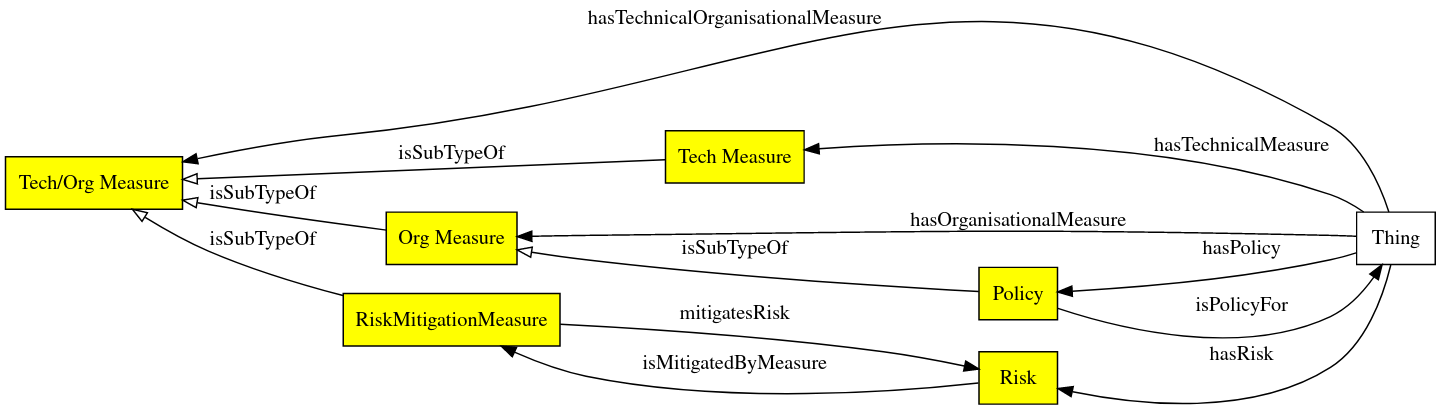
w3c/dpv keeps this Graphviz diagram as primer/img/TechnicalOrganisationalMeasure.png. Above is the earlier version. Its source is kept beside it as primer/img/TechnicalOrganisationalMeasure.dot.
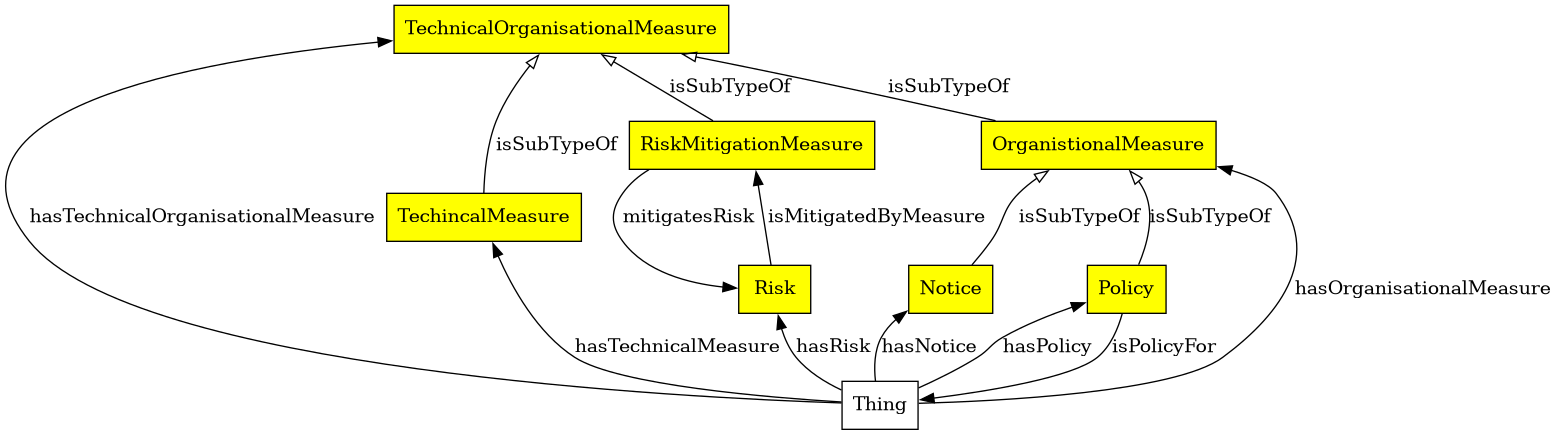
The same file after the commit.

The edit, as a diff of the source:
```diff
@@ -1,11 +1,11 @@
 
 digraph G {
-    rankdir=RL;
+    rankdir=BT;
     node [shape=rect,style=filled,fillcolor=yellow];
 Thing [fillcolor=none];
-N1 [label="Tech/Org Measure"];
-N2 [label="Tech Measure",style=filled,fillcolor=yellow];
-N3 [label="Org Measure",style=filled,fillcolor=yellow];
+N1 [label="TechnicalOrganisationalMeasure"];
+N2 [label="TechincalMeasure",style=filled,fillcolor=yellow];
+N3 [label="OrganistionalMeasure",style=filled,fillcolor=yellow];
 RiskMitigationMeasure, N2,N3 -> N1 [arrowhead=onormal,label="isSubTypeOf"];
 
 Risk -> RiskMitigationMeasure [label="isMitigatedByMeasure"];
@@ -16,53 +16,220 @@
 Thing -> N3 [label="hasOrganisationalMeasure"];
 Thing -> Risk [label="hasRisk"];
 
+Thing -> Notice [label="hasNotice"];
+Notice -> N3 [arrowhead=onormal,label="isSubTypeOf"];
+
+
+Policy -> Thing [label="isPolicyFor"];
 Thing -> Policy [label="hasPolicy"];
-Policy -> Thing [label="isPolicyFor"];
 Policy -> N3 [arrowhead=onormal,label="isSubTypeOf"];
 }
 
 
 digraph G {
+    rankdir=LR;
+
+
     compound=true;
     node [shape=rect,style=filled,fillcolor=yellow];
 
-TechnicalMeasure -> AccessControlMethod [dir=both,arrowhead=none,arrowtail=onormal];
-TechnicalMeasure -> Encryption [dir=both,arrowhead=none,arrowtail=onormal];
-Anonymization -> PseudoAnonymization [dir=both,arrowhead=none,arrowtail=onormal];
-TechnicalMeasure -> AuthenticationProtocols [dir=both,arrowhead=none,arrowtail=onormal];
-PseudoAnonymization -> DeIdentification [dir=both,arrowhead=none,arrowtail=onormal];
-Encryption -> EncryptionInRest [dir=both,arrowhead=none,arrowtail=onormal];
-Encryption -> EncryptionInTransfer [dir=both,arrowhead=none,arrowtail=onormal];
-TechnicalMeasure -> Anonymization [dir=both,arrowhead=none,arrowtail=onormal];
-AuthenticationProtocols -> SingleSignOn [dir=both,arrowhead=none,arrowtail=onormal];
+subgraph cluster_0 {
+    style=dotted;
+    DataAnonymisationTechnique -> Anonymisation [dir=both,arrowhead=none,arrowtail=onormal];
+    DataSanitisationTechnique -> DataAnonymisationTechnique [dir=both,arrowhead=none,arrowtail=onormal];
+    DataAnonymisationTechnique -> Pseudonymisation [dir=both,arrowhead=none,arrowtail=onormal];
+    DataAnonymisationTechnique -> Deidentification [dir=both,arrowhead=none,arrowtail=onormal];
+
+    Pseudonymisation -> DeterministicPseudonymisation [dir=both,arrowhead=none,arrowtail=onormal];
+    Pseudonymisation -> DocumentRandomisedPseudonymisation [dir=both,arrowhead=none,arrowtail=onormal];
+    Pseudonymisation -> MonotonicCounterPseudonymisation [dir=both,arrowhead=none,arrowtail=onormal];
+    Pseudonymisation -> FullyRandomisedPseudonymisation [dir=both,arrowhead=none,arrowtail=onormal];
+    Pseudonymisation -> RNGPseudonymisation [dir=both,arrowhead=none,arrowtail=onormal];
+}
+
+subgraph cluster_1 {
+    style=dotted;
+    SecurityMethod -> DistributedSystemSecurity [dir=both,arrowhead=none,arrowtail=onormal];
+    SecurityMethod -> DocumentSecurity [dir=both,arrowhead=none,arrowtail=onormal];
+    SecurityMethod -> FileSystemSecurity [dir=both,arrowhead=none,arrowtail=onormal];
+    SecurityMethod -> HardwareSecurityProtocols [dir=both,arrowhead=none,arrowtail=onormal];
+    SecurityMethod -> NetworkProxyRouting [dir=both,arrowhead=none,arrowtail=onormal];
+    SecurityMethod -> NetworkSecurityProtocols [dir=both,arrowhead=none,arrowtail=onormal];
+    SecurityMethod -> OperatingSystemSecurity  [dir=both,arrowhead=none,arrowtail=onormal];
+    SecurityMethod -> IntrusionDetectionSystem [dir=both,arrowhead=none,arrowtail=onormal];
+    SecurityMethod -> UseSyntheticData [dir=both,arrowhead=none,arrowtail=onormal];
+    SecurityMethod -> VirtualisationSecurity [dir=both,arrowhead=none,arrowtail=onormal];
+    SecurityMethod -> PenetrationTestingMethods [dir=both,arrowhead=none,arrowtail=onormal];
+    SecurityMethod -> MobilePlatformSecurity [dir=both,arrowhead=none,arrowtail=onormal];
+    SecurityMethod -> VulnerabilityTestingMethods [dir=both,arrowhead=none,arrowtail=onormal];
+    SecurityMethod -> WebBrowserSecurity [dir=both,arrowhead=none,arrowtail=onormal];
+    SecurityMethod -> WebSecurityProtocols  [dir=both,arrowhead=none,arrowtail=onormal];
+    SecurityMethod -> WirelessSecurityProtocols [dir=both,arrowhead=none,arrowtail=onormal];
+}
+subgraph cluster_2 {
+    style=dotted;
+    CryptographicMethods -> AsymmetricCryptography [dir=both,arrowhead=none,arrowtail=onormal];
+    CryptographicMethods -> CryptographicAuthentication [dir=both,arrowhead=none,arrowtail=onormal];
+    CryptographicMethods -> CryptographicKeyManagement [dir=both,arrowhead=none,arrowtail=onormal];
+    CryptographicMethods -> DifferentialPrivacy [dir=both,arrowhead=none,arrowtail=onormal];
+    CryptographicMethods -> DigitalSignatures [dir=both,arrowhead=none,arrowtail=onormal];
+    CryptographicMethods -> HashFunctions [dir=both,arrowhead=none,arrowtail=onormal];
+    CryptographicMethods -> HomomorphicEncryption [dir=both,arrowhead=none,arrowtail=onormal];
+
+    CryptographicMethods -> PostQuantumCryptography [dir=both,arrowhead=none,arrowtail=onormal];
+    CryptographicMethods -> PrivacyPreservingProtocol [dir=both,arrowhead=none,arrowtail=onormal];
+    CryptographicMethods -> PrivateInformationRetrieval [dir=both,arrowhead=none,arrowtail=onormal];
+    CryptographicMethods -> QuantumCryptography [dir=both,arrowhead=none,arrowtail=onormal];
+    CryptographicMethods -> SecretSharingSchemes [dir=both,arrowhead=none,arrowtail=onormal];
+    CryptographicMethods -> SecureMultiPartyComputation [dir=both,arrowhead=none,arrowtail=onormal];
+    CryptographicMethods -> SymmetricCryptography [dir=both,arrowhead=none,arrowtail=onormal];
+    CryptographicMethods -> TrustedComputing [dir=both,arrowhead=none,arrowtail=onormal];
+    CryptographicMethods -> TrustedExecutionEnvironments [dir=both,arrowhead=none,arrowtail=onormal];
+    CryptographicAuthentication -> AuthenticationABC [dir=both,arrowhead=none,arrowtail=onormal];
+    CryptographicAuthentication -> AuthenticationPABC [dir=both,arrowhead=none,arrowtail=onormal];
+    CryptographicMethods -> ZeroKnowledgeAuthentication [dir=both,arrowhead=none,arrowtail=onormal];
+    CryptographicAuthentication -> HashMessageAuthenticationCode [dir=both,arrowhead=none,arrowtail=onormal];
+    CryptographicAuthentication -> MessageAuthenticationCodes [dir=both,arrowhead=none,arrowtail=onormal];
+
+}
+subgraph cluster_3 {
+    style=dotted;
+
+    Encryption -> AsymmetricEncryption [dir=both,arrowhead=none,arrowtail=onormal];
+    Encryption -> EncryptionAtRest [dir=both,arrowhead=none,arrowtail=onormal];
+    Encryption -> EncryptionInTransfer [dir=both,arrowhead=none,arrowtail=onormal];
+    Encryption -> EncryptionInUse [dir=both,arrowhead=none,arrowtail=onormal];
+    Encryption -> EndToEndEncryption [dir=both,arrowhead=none,arrowtail=onormal];
+    Encryption -> SymmetricEncryption [dir=both,arrowhead=none,arrowtail=onormal];
+
+}
+
+subgraph cluster_4 {
+    style=dotted;
+    AccessControlMethod -> PhysicalAccessControlMethod [dir=both,arrowhead=none,arrowtail=onormal];
+   AccessControlMethod -> UsageControl  [dir=both,arrowhead=none,arrowtail=onormal];
+
+}
+
+subgraph cluster_5 {
+    style=dotted;
+
+    ActivityMonitoring, BiometricAuthentication, InformationFlowControl, DataBackupProtocols, DigitalRightsManagement ;
+
+
+}
+
+subgraph cluster_6 {
+    style=dotted;
+    AuthenticationProtocols -> CryptographicAuthentication [dir=both,arrowhead=none,arrowtail=onormal];
+    AuthenticationProtocols -> MultiFactorAuthentication [dir=both,arrowhead=none,arrowtail=onormal];
+    AuthenticationProtocols -> PasswordAuthentication [dir=both,arrowhead=none,arrowtail=onormal];
+    AuthenticationProtocols -> SingleSignOn [dir=both,arrowhead=none,arrowtail=onormal];
+
 }
 
 
+
+TechnicalMeasure -> AccessControlMethod [dir=both,arrowhead=none,arrowtail=onormal];
+TechnicalMeasure -> DataSanitisationTechnique [dir=both,arrowhead=none,arrowtail=onormal];
+SecurityMethod -> TechnicalMeasure [arrowhead=onormal];
+AuthenticationProtocols -> TechnicalMeasure [arrowhead=onormal];
+CryptographicMethods -> TechnicalMeasure [arrowhead=onormal];
+TechnicalMeasure -> Encryption [dir=both,arrowhead=none,arrowtail=onormal];
+
+ActivityMonitoring -> TechnicalMeasure [arrowhead=onormal, ltail=cluster_5];
+
+}
+
+
+
 digraph G {
+   rankdir=LR;
     compound=true;
     node [shape=rect,style=filled,fillcolor=yellow];
 
     subgraph cluster_0 {
         style=dotted;
-    Assessment, AuthorisationProcedure, CertificationSeal, Consultation, GuidelinesPrinciple, LegalAgreement, Notice ;
+     AuthorisationProcedure, CertificationSeal, Consultation, GuidelinesPrinciple, LegalAgreement, Notice, Safeguard ;
     }
+
     subgraph cluster_1 {
         style=dotted;
-        Policy, PrivacyByDesign, RecordsOfActivities, RegularityOfRecertification, Safeguard, StaffTraining ;
+        Assessment, Policy, PrivacyByDesign, RecordsOfActivities, RegularityOfRecertification,  SecurityProcedure, ReviewProcedure ;
     }
-    Consultation -> OrganisationalMeasure [arrowhead=onormal,ltail=cluster_0] ;
+
+    subgraph cluster_2 {
+        style=dotted;
+       StaffTraining, GovernanceProcedures ;
+    }
+
+
+    AuthorisationProcedure -> OrganisationalMeasure [arrowhead=onormal,ltail=cluster_0] ;
     OrganisationalMeasure -> RecordsOfActivities [arrowhead=none,arrowtail=onormal,dir=both,lhead=cluster_1] ;
+    OrganisationalMeasure -> GovernanceProcedures [arrowhead=none,arrowtail=onormal,dir=both,lhead=cluster_2] ;
+
+    GovernanceProcedures -> AssetManagementProcedures [dir=both,arrowhead=none,arrowtail=onormal];
+    SecurityProcedure -> BackgroundChecks [dir=both,arrowhead=none,arrowtail=onormal];
+    Certification -> CertificationSeal [arrowhead=onormal];
+    CodeOfConduct -> GuidelinesPrinciple [arrowhead=onormal];
+    GovernanceProcedures -> ComplianceMonitoring [dir=both,arrowhead=none,arrowtail=onormal];
+    ConsentNotice -> PrivacyNotice [arrowhead=onormal];
+    PrivacyNotice -> Notice [arrowhead=onormal];
+    DataProcessingRecord -> ConsentRecord [dir=both,arrowhead=none,arrowtail=onormal];
+    RecordsOfActivities -> DataProcessingRecord  [dir=both,arrowhead=none,arrowtail=onormal];
+    ConsultationWithAuthority -> Consultation [arrowhead=onormal];
+    ConsultationWithDataSubject -> Consultation [arrowhead=onormal];
+    ConsultationWithDataSubjectRepresentative ->  ConsultationWithDataSubject [arrowhead=onormal];
+    ConsultationWithDPO -> Consultation [arrowhead=onormal];
+    ContractualTerms -> LegalAgreement [arrowhead=onormal];
+    DataProcessingAgreement  -> LegalAgreement [arrowhead=onormal];
+    ControllerProcessorAgreement ->  DataProcessingAgreement [arrowhead=onormal];
+    CredentialManagement -> AuthorisationProcedure [arrowhead=onormal];
+    Assessment -> CybersecurityAssessment [dir=both,arrowhead=none,arrowtail=onormal];
+    SecurityAssessment -> CybersecurityAssessment [dir=both,arrowhead=none,arrowtail=onormal];
+    StaffTraining -> CybersecurityTraining [dir=both,arrowhead=none,arrowtail=onormal];
+    StaffTraining -> DataProtectionTraining [dir=both,arrowhead=none,arrowtail=onormal];
+     ImpactAssessment -> DataTransferImpactAssessment  [dir=both,arrowhead=none,arrowtail=onormal];
+
+    Assessment -> ImpactAssessment [dir=both,arrowhead=none,arrowtail=onormal];
+    GovernanceProcedures -> IncidentManagementProcedures [dir=both,arrowhead=none,arrowtail=onormal];
+    DesignStandard -> GuidelinesPrinciple [arrowhead=onormal];
+    GovernanceProcedures -> DisasterRecoveryProcedures [dir=both,arrowhead=none,arrowtail=onormal];
+   ImpactAssessment ->DPIA [dir=both,arrowhead=none,arrowtail=onormal];
+    StaffTraining -> EducationalTraining [dir=both,arrowhead=none,arrowtail=onormal];
+    Assessment ->   EffectivenessDeterminationProcedures [dir=both,arrowhead=none,arrowtail=onormal];
+
+    IdentityManagementMethod -> AuthorisationProcedure [arrowhead=onormal];
+    GovernanceProcedures -> IncidentManagementProcedures [dir=both,arrowhead=none,arrowtail=onormal];
+    GovernanceProcedures -> IncidentReportingCommunication [dir=both,arrowhead=none,arrowtail=onormal];
+    Policy ->  InformationSecurityPolicy [dir=both,arrowhead=none,arrowtail=onormal];
+    JointDataControllersAgreement ->  DataProcessingAgreement [arrowhead=onormal];
+    Assessment ->   LegitimateInterestAssessment [dir=both,arrowhead=none,arrowtail=onormal];
+    GovernanceProcedures -> LoggingPolicies [dir=both,arrowhead=none,arrowtail=onormal];
+    GovernanceProcedures -> MonitoringPolicies [dir=both,arrowhead=none,arrowtail=onormal];
+    NDA -> LegalAgreement [arrowhead=onormal];
+
+    ImpactAssessment -> PIA [dir=both,arrowhead=none,arrowtail=onormal];
+    PrivacyByDefault -> GuidelinesPrinciple  [arrowhead=onormal];
+    PrivacyNotice -> Notice [arrowhead=onormal];
+    StaffTraining -> ProfessionalTraining [dir=both,arrowhead=none,arrowtail=onormal];
+    DataProcessingRecord -> RegisterOfProcessingActivities [dir=both,arrowhead=none,arrowtail=onormal];
+    ImpactAssessment  -> ReviewImpactAssessment [dir=both,arrowhead=none,arrowtail=onormal];
+
+    ReviewImpactAssessment -> ReviewProcedure [arrowhead=onormal];
+    SecurityProcedure -> RiskManagementPlan [dir=both,arrowhead=none,arrowtail=onormal];
+    SecurityProcedure -> RiskManagementPolicy [dir=both,arrowhead=none,arrowtail=onormal];
+    Policy -> RiskManagementPolicy [dir=both,arrowhead=none,arrowtail=onormal];
+    SafeguardForDataTransfer  -> Safeguard [arrowhead=onormal];
+    Seal -> CertificationSeal [arrowhead=onormal];
+
+    Assessment -> SecurityAssessment [dir=both,arrowhead=none,arrowtail=onormal];
+    SecurityAssessment -> SecurityProcedureAssessment [arrowhead=onormal];
+    StaffTraining -> SecurityKnowledgeTraining [dir=both,arrowhead=none,arrowtail=onormal];
+    SecurityProcedure -> SecurityRoleProcedures [dir=both,arrowhead=none,arrowtail=onormal];
+    SubProcessorAgreement -> DataProcessingAgreement [arrowhead=onormal];
+    ThirdPartyAgreement  -> DataProcessingAgreement [arrowhead=onormal];
+    SecurityProcedure -> ThirdPartySecurityProcedures [dir=both,arrowhead=none,arrowtail=onormal];
+    SecurityProcedure -> TrustedThirdPartyUtilisation [dir=both,arrowhead=none,arrowtail=onormal];
 
 }
-
-
-digraph G {
-    rankdir=BT;
-    compound=true;
-    node [shape=rect,style=filled,fillcolor=yellow];
-    edge [arrowhead=onormal];
-
-    DPIA -> ImpactAssessment ;
-    PIA ->  ImpactAssessment ;
-    DataTransferImpactAssessment ->  ImpactAssessment ;
-}
```
